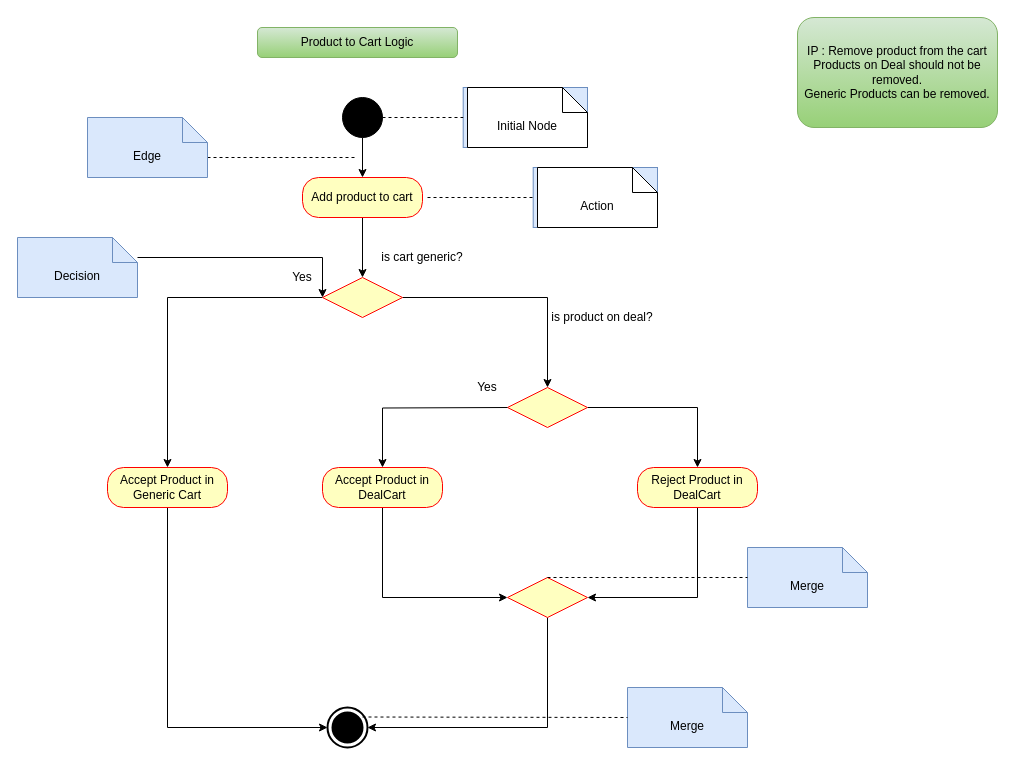
The draw.io diagram page "UML Activity Diagram" (14 of 14) of java/diagrams/java-workflow.drawio in aukokyong/jfs-master, before the edit. Source tidied: cells renumbered, new cells numbered last; positions are measured from the earlier drawing's top-left corner, leaving out a move shared by most shapes. Both pictures are drawn from the tidied source at 100%, with x=0, y=0 at pixel (17, 17).
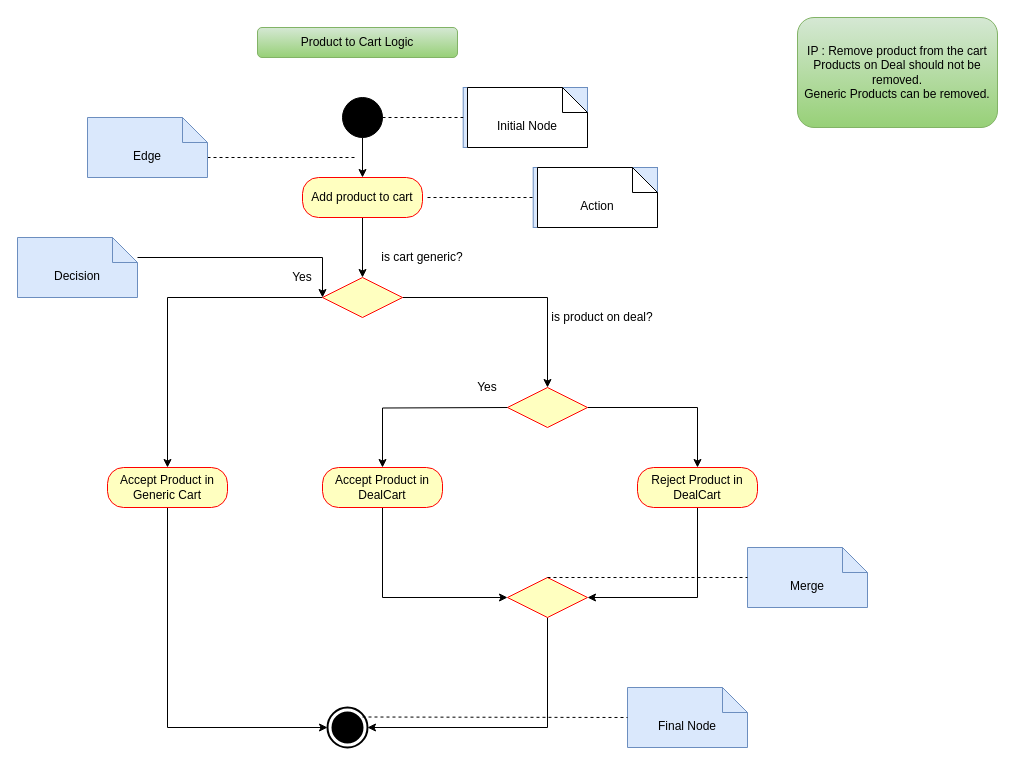
The same diagram, later.

What changed in the source:
```diff
@@
-    <mxCell id="42" value="Merge" style="shape=note2;boundedLbl=1;whiteSpace=wrap;html=1;size=25;verticalAlign=top;align=center;fillColor=#dae8fc;strokeColor=#6c8ebf;" parent="1" vertex="1">
+    <mxCell id="42" value="Final Node" style="shape=note2;boundedLbl=1;whiteSpace=wrap;html=1;size=25;verticalAlign=top;align=center;fillColor=#dae8fc;strokeColor=#6c8ebf;" parent="1" vertex="1">
       <mxGeometry x="610" y="670" width="120" height="60" as="geometry" />
     </mxCell>
```
